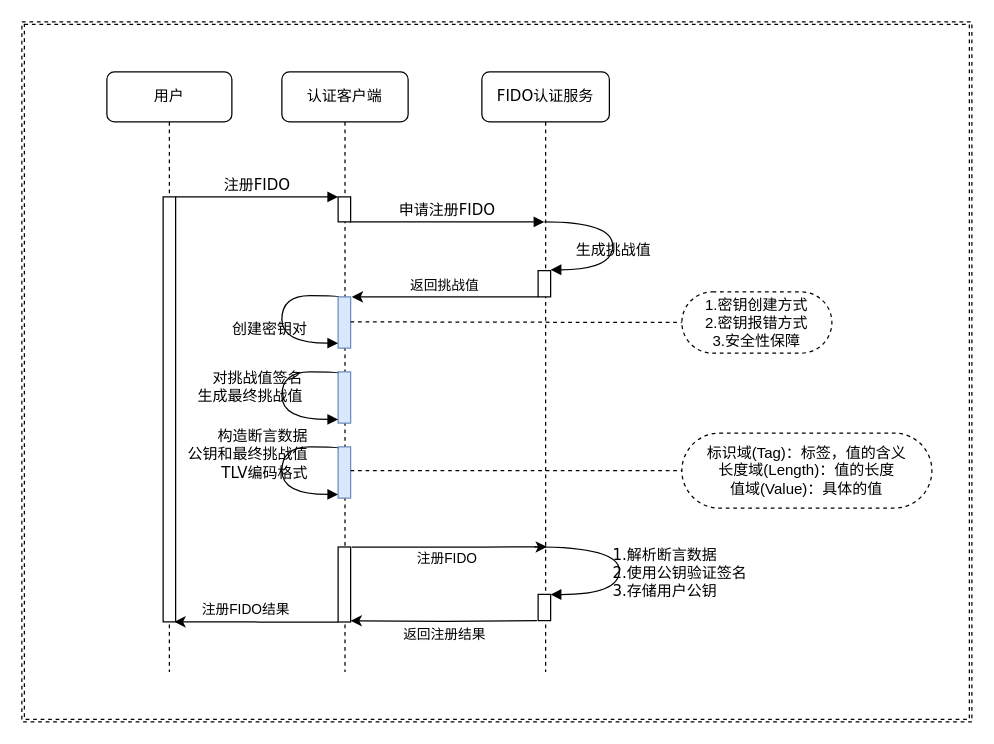
This is 未命名绘图.drawio from mobof/Koal, a draw.io file, before an edit. Source tidied: cells renumbered, new cells numbered last; positions are measured from the earlier drawing's top-left corner, leaving out a move shared by most shapes. Both pictures are drawn from the tidied source at 125%, with x=0, y=0 at pixel (21, 21).
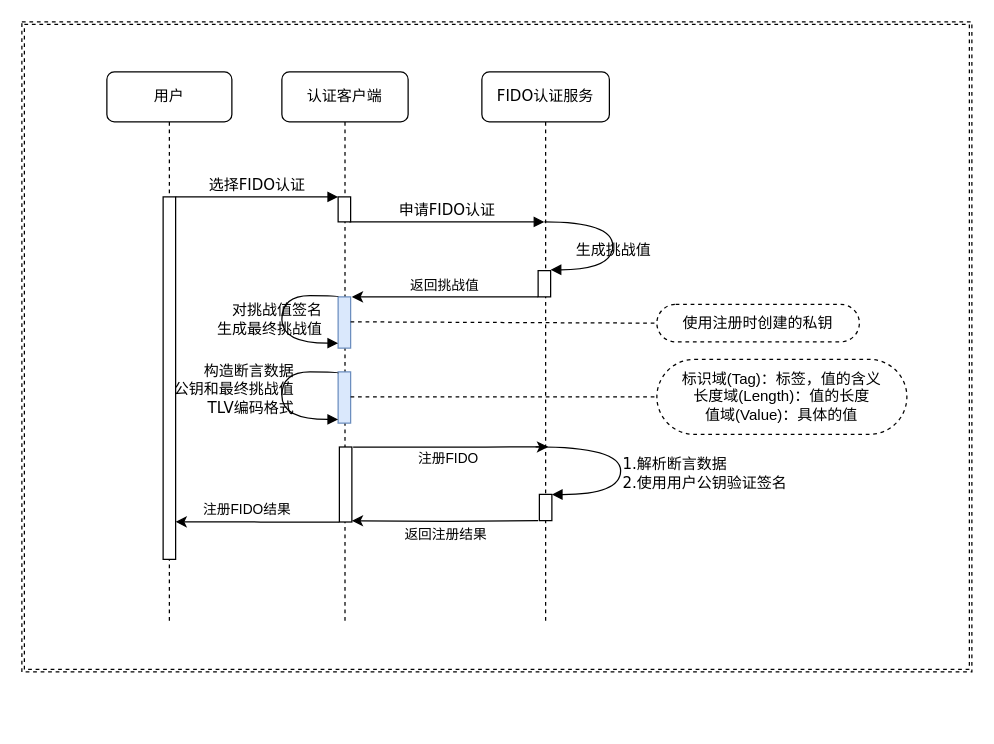
The same page after the edit.

Diff of the diagram source:
```diff
@@
     <mxCell id="2" style="shape=ext;double=1;rounded=0;whiteSpace=wrap;html=1;dashed=1;align=center;" parent="1" vertex="1">
-      <mxGeometry width="760" height="560" as="geometry" />
+      <mxGeometry width="760" height="520" as="geometry" />
     </mxCell>
     <mxCell id="3" value="认证客户端" style="shape=umlLifeline;perimeter=lifelinePerimeter;whiteSpace=wrap;html=1;rounded=1;shadow=0;comic=0;labelBackgroundColor=none;strokeWidth=1;fontFamily=Verdana;fontSize=12;align=center;" parent="1" vertex="1">
-      <mxGeometry x="208" y="40" width="101" height="480" as="geometry" />
+      <mxGeometry x="208" y="40" width="101" height="440" as="geometry" />
     </mxCell>
@@
-    <mxCell id="5" value="创建密钥对" style="html=1;verticalAlign=bottom;endArrow=block;labelBackgroundColor=none;fontFamily=Verdana;fontSize=12;elbow=vertical;edgeStyle=orthogonalEdgeStyle;curved=1;entryX=1;entryY=0.286;entryPerimeter=0;exitX=0;exitY=0.056;exitPerimeter=0;exitDx=0;exitDy=0;" parent="3" edge="1">
+    <mxCell id="5" value="&lt;div style=&quot;text-align: right&quot;&gt;对挑战值签名&lt;/div&gt;&lt;div style=&quot;text-align: right&quot;&gt;生成最终挑战值&lt;/div&gt;" style="html=1;verticalAlign=bottom;endArrow=block;labelBackgroundColor=none;fontFamily=Verdana;fontSize=12;elbow=vertical;edgeStyle=orthogonalEdgeStyle;curved=1;entryX=1;entryY=0.286;entryPerimeter=0;exitX=0;exitY=0.056;exitPerimeter=0;exitDx=0;exitDy=0;" parent="3" edge="1">
       <mxGeometry x="0.27" y="-10" relative="1" as="geometry">
         <mxPoint x="45" y="180" as="sourcePoint" />
         <mxPoint x="45" y="217" as="targetPoint" />
         <Array as="points">
           <mxPoint x="45" y="179" />
           <mxPoint y="179" />
           <mxPoint y="217" />
         </Array>
       </mxGeometry>
     </mxCell>
@@
-    <mxCell id="7" value="&lt;div&gt;&lt;span&gt;对挑战值签名&lt;/span&gt;&lt;/div&gt;&lt;div&gt;&lt;span&gt;生成最终挑战值&lt;/span&gt;&lt;/div&gt;" style="html=1;verticalAlign=bottom;endArrow=block;labelBackgroundColor=none;fontFamily=Verdana;fontSize=12;elbow=vertical;edgeStyle=orthogonalEdgeStyle;curved=1;entryX=1;entryY=0.286;entryPerimeter=0;exitX=0;exitY=0.056;exitPerimeter=0;exitDx=0;exitDy=0;align=right;" parent="3" edge="1">
-      <mxGeometry x="0.58" y="9" relative="1" as="geometry">
+    <mxCell id="7" value="&lt;div&gt;构造断言数据&lt;br&gt;&lt;/div&gt;&lt;div&gt;公钥和最终挑战值&lt;/div&gt;&lt;div&gt;TLV编码格式&lt;/div&gt;" style="html=1;verticalAlign=bottom;endArrow=block;labelBackgroundColor=none;fontFamily=Verdana;fontSize=12;elbow=vertical;edgeStyle=orthogonalEdgeStyle;curved=1;entryX=1;entryY=0.286;entryPerimeter=0;exitX=0;exitY=0.056;exitPerimeter=0;exitDx=0;exitDy=0;align=right;" parent="3" edge="1">
+      <mxGeometry x="0.48" relative="1" as="geometry">
         <mxPoint x="45" y="241" as="sourcePoint" />
         <mxPoint x="45" y="278" as="targetPoint" />
         <Array as="points">
           <mxPoint x="45" y="240" />
           <mxPoint y="240" />
           <mxPoint y="278" />
         </Array>
       </mxGeometry>
     </mxCell>
-    <mxCell id="8" style="html=1;perimeter=orthogonalPerimeter;rounded=0;shadow=0;comic=0;labelBackgroundColor=none;strokeWidth=1;fontFamily=Verdana;fontSize=12;align=left;labelPosition=right;verticalLabelPosition=bottom;verticalAlign=top;labelBorderColor=none;fillColor=#dae8fc;strokeColor=#6c8ebf;" parent="3" vertex="1">
-      <mxGeometry x="45" y="300" width="10" height="41" as="geometry" />
-    </mxCell>
-    <mxCell id="9" value="&lt;div&gt;&lt;span&gt;构造断言数据&lt;/span&gt;&lt;br&gt;&lt;/div&gt;&lt;div&gt;&lt;span&gt;公钥和最终挑战值&lt;/span&gt;&lt;/div&gt;&lt;div&gt;&lt;span&gt;TLV编码格式&lt;/span&gt;&lt;/div&gt;" style="html=1;verticalAlign=bottom;endArrow=block;labelBackgroundColor=none;fontFamily=Verdana;fontSize=12;elbow=vertical;edgeStyle=orthogonalEdgeStyle;curved=1;entryX=1;entryY=0.286;entryPerimeter=0;exitX=0;exitY=0.056;exitPerimeter=0;exitDx=0;exitDy=0;align=right;" parent="3" edge="1">
-      <mxGeometry x="0.64" y="8" relative="1" as="geometry">
-        <mxPoint x="45" y="301" as="sourcePoint" />
-        <mxPoint x="45" y="338" as="targetPoint" />
-        <Array as="points">
-          <mxPoint x="45" y="300" />
-          <mxPoint y="300" />
-          <mxPoint y="338" />
-        </Array>
-      </mxGeometry>
-    </mxCell>
     <mxCell id="10" value="FIDO认证服务" style="shape=umlLifeline;perimeter=lifelinePerimeter;whiteSpace=wrap;html=1;rounded=1;shadow=0;comic=0;labelBackgroundColor=none;strokeWidth=1;fontFamily=Verdana;fontSize=12;align=center;" parent="1" vertex="1">
-      <mxGeometry x="368" y="40" width="102" height="480" as="geometry" />
+      <mxGeometry x="368" y="40" width="102" height="440" as="geometry" />
     </mxCell>
@@
     <mxCell id="12" style="html=1;points=[];perimeter=orthogonalPerimeter;rounded=0;shadow=0;comic=0;labelBackgroundColor=none;strokeWidth=1;fontFamily=Verdana;fontSize=12;align=center;" parent="10" vertex="1">
-      <mxGeometry x="-115" y="380.1" width="10" height="60" as="geometry" />
+      <mxGeometry x="-114" y="300.1" width="10" height="60" as="geometry" />
     </mxCell>
-    <mxCell id="13" value="1.解析断言数据&lt;br&gt;2.使用公钥验证签名&lt;br&gt;3.存储用户公钥" style="html=1;verticalAlign=bottom;endArrow=block;labelBackgroundColor=none;fontFamily=Verdana;fontSize=12;elbow=vertical;edgeStyle=orthogonalEdgeStyle;curved=1;align=left;" parent="10" edge="1">
-      <mxGeometry x="0.4" y="7" relative="1" as="geometry">
-        <mxPoint x="42" y="380" as="sourcePoint" />
-        <mxPoint x="55" y="418.1" as="targetPoint" />
+    <mxCell id="13" value="1.解析断言数据&lt;br&gt;2.使用用户公钥验证签名" style="html=1;verticalAlign=bottom;endArrow=block;labelBackgroundColor=none;fontFamily=Verdana;fontSize=12;elbow=vertical;edgeStyle=orthogonalEdgeStyle;curved=1;align=left;" parent="10" edge="1">
+      <mxGeometry x="0.32" relative="1" as="geometry">
+        <mxPoint x="43" y="300" as="sourcePoint" />
+        <mxPoint x="56" y="338.1" as="targetPoint" />
         <Array as="points">
-          <mxPoint x="110" y="380.1" />
-          <mxPoint x="110" y="418.1" />
+          <mxPoint x="111" y="300.1" />
+          <mxPoint x="111" y="338.1" />
         </Array>
       </mxGeometry>
     </mxCell>
     <mxCell id="14" style="edgeStyle=orthogonalEdgeStyle;rounded=0;orthogonalLoop=1;jettySize=auto;html=1;" parent="10" edge="1">
       <mxGeometry relative="1" as="geometry">
-        <mxPoint x="-104" y="380.1" as="sourcePoint" />
-        <mxPoint x="52" y="380" as="targetPoint" />
+        <mxPoint x="-103" y="300.1" as="sourcePoint" />
+        <mxPoint x="53" y="300" as="targetPoint" />
         <Array as="points">
-          <mxPoint x="2" y="380" />
-          <mxPoint x="2" y="380" />
+          <mxPoint x="3" y="300" />
+          <mxPoint x="3" y="300" />
         </Array>
       </mxGeometry>
     </mxCell>
@@
     <mxCell id="16" value="返回注册结果" style="edgeStyle=orthogonalEdgeStyle;rounded=0;orthogonalLoop=1;jettySize=auto;html=1;entryX=1.1;entryY=0.261;entryDx=0;entryDy=0;entryPerimeter=0;" parent="10" edge="1">
       <mxGeometry x="-0.01" y="10" relative="1" as="geometry">
-        <mxPoint x="44" y="439" as="sourcePoint" />
-        <mxPoint x="-105" y="439.1" as="targetPoint" />
+        <mxPoint x="45" y="359" as="sourcePoint" />
+        <mxPoint x="-104" y="359.1" as="targetPoint" />
       </mxGeometry>
     </mxCell>
     <mxCell id="17" style="html=1;perimeter=orthogonalPerimeter;rounded=0;shadow=0;comic=0;labelBackgroundColor=none;strokeWidth=1;fontFamily=Verdana;fontSize=12;align=center;" parent="10" vertex="1">
-      <mxGeometry x="45" y="418" width="10" height="21" as="geometry" />
+      <mxGeometry x="46" y="338" width="10" height="21" as="geometry" />
     </mxCell>
     <mxCell id="18" value="用户" style="shape=umlLifeline;perimeter=lifelinePerimeter;whiteSpace=wrap;html=1;rounded=1;shadow=0;comic=0;labelBackgroundColor=none;strokeWidth=1;fontFamily=Verdana;fontSize=12;align=center;" parent="1" vertex="1">
-      <mxGeometry x="68" y="40" width="100" height="480" as="geometry" />
+      <mxGeometry x="68" y="40" width="100" height="440" as="geometry" />
     </mxCell>
     <mxCell id="19" style="html=1;points=[];perimeter=orthogonalPerimeter;rounded=0;shadow=0;comic=0;labelBackgroundColor=none;strokeWidth=1;fontFamily=Verdana;fontSize=12;align=center;" parent="18" vertex="1">
-      <mxGeometry x="45" y="100" width="10" height="340" as="geometry" />
+      <mxGeometry x="45" y="100" width="10" height="290" as="geometry" />
     </mxCell>
-    <mxCell id="20" value="注册FIDO" style="html=1;verticalAlign=bottom;endArrow=block;entryX=0;entryY=0;labelBackgroundColor=none;fontFamily=Verdana;fontSize=12;edgeStyle=elbowEdgeStyle;elbow=vertical;" parent="1" edge="1" source="19">
+    <mxCell id="20" value="选择FIDO认证" style="html=1;verticalAlign=bottom;endArrow=block;entryX=0;entryY=0;labelBackgroundColor=none;fontFamily=Verdana;fontSize=12;edgeStyle=elbowEdgeStyle;elbow=vertical;" parent="1" edge="1" source="19">
       <mxGeometry relative="1" as="geometry">
         <mxPoint x="253" y="140" as="targetPoint" />
       </mxGeometry>
     </mxCell>
@@
-    <mxCell id="22" value="申请注册FIDO" style="html=1;verticalAlign=bottom;endArrow=block;labelBackgroundColor=none;fontFamily=Verdana;fontSize=12;edgeStyle=elbowEdgeStyle;elbow=vertical;exitX=0.9;exitY=0.087;exitDx=0;exitDy=0;exitPerimeter=0;" parent="1" edge="1">
+    <mxCell id="22" value="申请FIDO认证" style="html=1;verticalAlign=bottom;endArrow=block;labelBackgroundColor=none;fontFamily=Verdana;fontSize=12;edgeStyle=elbowEdgeStyle;elbow=vertical;exitX=0.9;exitY=0.087;exitDx=0;exitDy=0;exitPerimeter=0;" parent="1" edge="1">
       <mxGeometry relative="1" as="geometry">
         <mxPoint x="262" y="160" as="sourcePoint" />
         <mxPoint x="418" y="160" as="targetPoint" />
       </mxGeometry>
     </mxCell>
@@
-    <mxCell id="25" value="1.密钥创建方式&lt;br&gt;2.密钥报错方式&lt;br&gt;3.安全性保障" style="whiteSpace=wrap;html=1;rounded=1;arcSize=50;align=center;verticalAlign=middle;strokeWidth=1;spacing=4;newEdgeStyle={&quot;edgeStyle&quot;:&quot;entityRelationEdgeStyle&quot;,&quot;startArrow&quot;:&quot;none&quot;,&quot;endArrow&quot;:&quot;none&quot;,&quot;segment&quot;:10,&quot;curved&quot;:1};dashed=1;" parent="1" vertex="1">
-      <mxGeometry x="528" y="216" width="120" height="49" as="geometry" />
+    <mxCell id="25" value="使用注册时创建的私钥" style="whiteSpace=wrap;html=1;rounded=1;arcSize=50;align=center;verticalAlign=middle;strokeWidth=1;spacing=4;newEdgeStyle={&quot;edgeStyle&quot;:&quot;entityRelationEdgeStyle&quot;,&quot;startArrow&quot;:&quot;none&quot;,&quot;endArrow&quot;:&quot;none&quot;,&quot;segment&quot;:10,&quot;curved&quot;:1};dashed=1;" parent="1" vertex="1">
+      <mxGeometry x="508" y="226" width="162" height="30" as="geometry" />
     </mxCell>
@@
     <mxCell id="27" value="标识域(Tag)：标签，值的含义&lt;br&gt;长度域(Length)：值的长度&lt;br&gt;值域(Value)：具体的值" style="whiteSpace=wrap;html=1;rounded=1;arcSize=50;align=center;verticalAlign=middle;strokeWidth=1;spacing=4;newEdgeStyle={&quot;edgeStyle&quot;:&quot;entityRelationEdgeStyle&quot;,&quot;startArrow&quot;:&quot;none&quot;,&quot;endArrow&quot;:&quot;none&quot;,&quot;segment&quot;:10,&quot;curved&quot;:1};dashed=1;" parent="1" vertex="1">
-      <mxGeometry x="528" y="329" width="200" height="60" as="geometry" />
+      <mxGeometry x="508" y="270" width="200" height="60" as="geometry" />
     </mxCell>
     <mxCell id="28" style="edgeStyle=entityRelationEdgeStyle;startArrow=none;endArrow=none;segment=10;curved=1;dashed=1;exitX=1;exitY=0.488;exitDx=0;exitDy=0;exitPerimeter=0;" parent="1" edge="1" target="27">
       <mxGeometry relative="1" as="geometry">
-        <mxPoint x="263" y="359" as="sourcePoint" />
+        <mxPoint x="263" y="300" as="sourcePoint" />
       </mxGeometry>
     </mxCell>
-    <mxCell id="29" value="注册FIDO结果" style="edgeStyle=orthogonalEdgeStyle;rounded=0;jettySize=auto;html=1;entryX=0.9;entryY=1;entryDx=0;entryDy=0;entryPerimeter=0;exitX=0;exitY=1;exitDx=0;exitDy=0;exitPerimeter=0;" parent="1" edge="1" source="12" target="19">
+    <mxCell id="29" value="注册FIDO结果" style="edgeStyle=orthogonalEdgeStyle;rounded=0;jettySize=auto;html=1;entryX=0.9;entryY=1;entryDx=0;entryDy=0;entryPerimeter=0;exitX=0;exitY=1;exitDx=0;exitDy=0;exitPerimeter=0;" parent="1" edge="1" source="12">
       <mxGeometry x="0.13" y="-10" relative="1" as="geometry">
+        <mxPoint x="123" y="400" as="targetPoint" />
         <Array as="points">
-          <mxPoint x="190" y="480" />
-          <mxPoint x="190" y="480" />
+          <mxPoint x="191" y="400" />
+          <mxPoint x="191" y="400" />
         </Array>
       </mxGeometry>
     </mxCell>
```
